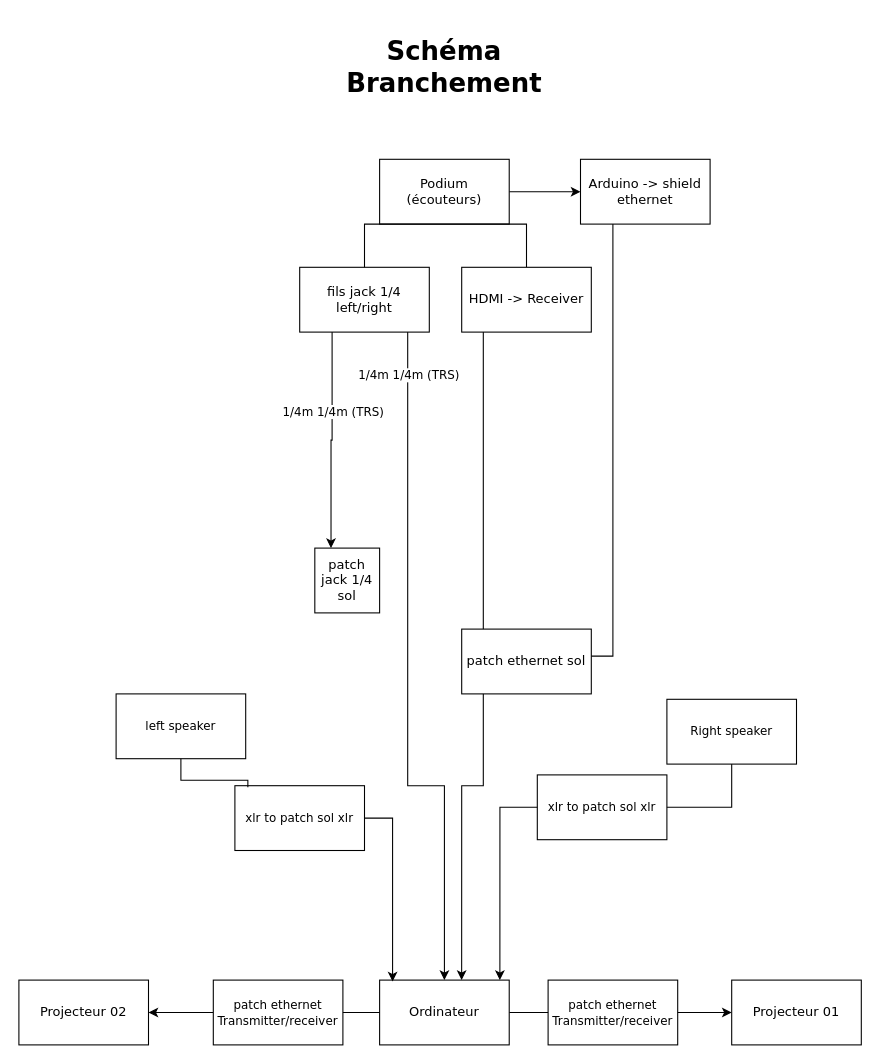
Earlier version of the draw.io diagram docs/preproduction/medias/plans/schemas-branchement.drawio (Orbital3/Jeu-Temporel). Source tidied: cells renumbered, new cells numbered last; positions are measured from the earlier drawing's top-left corner, leaving out a move shared by most shapes. Both pictures are drawn from the tidied source at 108%, with x=0, y=0 at pixel (18, 51).
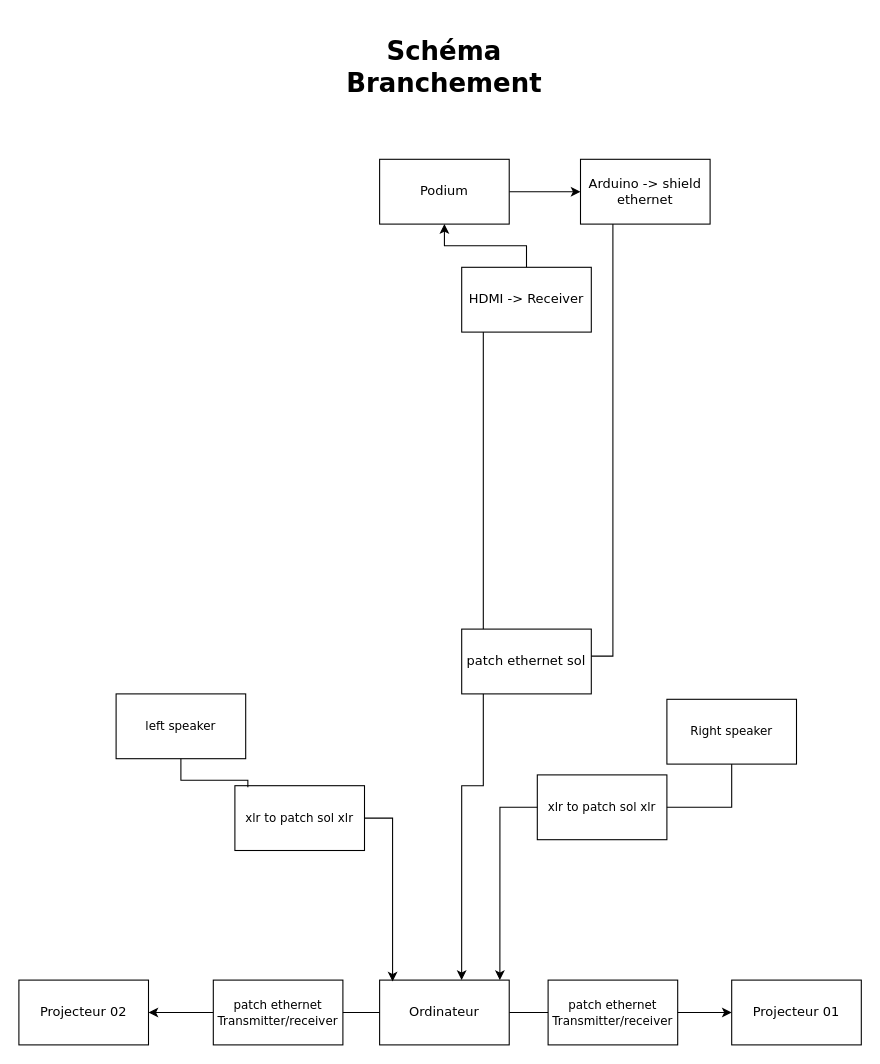
Above is the later version.

Commit message (it also covers changes not shown here):
update schemas branchement et preprod

The change refers to these unchanged cells:
```xml
<mxCell id="11" value="Ordinateur" style="rounded=0;whiteSpace=wrap;html=1;fontFamily=Verdana;" parent="1" vertex="1">
  <mxGeometry x="334" y="860" width="120" height="60" as="geometry" />
</mxCell>
<mxCell id="16" value="HDMI -&amp;gt; Receiver" style="rounded=0;whiteSpace=wrap;html=1;fontFamily=Verdana;" parent="1" vertex="1">
  <mxGeometry x="410" y="200" width="120" height="60" as="geometry" />
</mxCell>
```

The edit, as a diff of the source:
```diff
@@
-    <mxCell id="3" style="edgeStyle=orthogonalEdgeStyle;rounded=0;jettySize=auto;html=1;entryX=0.5;entryY=0;entryDx=0;entryDy=0;fontFamily=Verdana;startArrow=none;" parent="1" edge="1" source="14" target="11">
-      <mxGeometry relative="1" as="geometry">
-        <Array as="points">
-          <mxPoint x="360" y="680" />
-          <mxPoint x="394" y="680" />
-        </Array>
-      </mxGeometry>
-    </mxCell>
-    <mxCell id="4" style="edgeLabel;html=1;align=center;verticalAlign=middle;fontSize=11;fontFamily=Verdana;" parent="3" vertex="1">
-      <mxGeometry x="-0.9" relative="1" as="geometry" />
-    </mxCell>
-    <mxCell id="5" value="1/4m 1/4m (TRS)" style="edgeLabel;html=1;align=center;verticalAlign=middle;fontSize=11;fontFamily=Verdana;" parent="3" vertex="1">
-      <mxGeometry x="-0.9" relative="1" as="geometry">
-        <mxPoint y="7" as="offset" />
-      </mxGeometry>
-    </mxCell>
@@
-    <mxCell id="7" value="Podium&lt;br&gt;(écouteurs)" style="rounded=0;whiteSpace=wrap;html=1;fontFamily=Verdana;" parent="1" vertex="1">
+    <mxCell id="7" value="Podium" style="rounded=0;whiteSpace=wrap;html=1;fontFamily=Verdana;" parent="1" vertex="1">
       <mxGeometry x="334" y="100" width="120" height="60" as="geometry" />
     </mxCell>
@@
-    <mxCell id="12" style="edgeStyle=orthogonalEdgeStyle;rounded=0;jettySize=auto;html=1;exitX=0.25;exitY=1;exitDx=0;exitDy=0;entryX=0.25;entryY=0;entryDx=0;entryDy=0;fontFamily=Verdana;fontSize=11;" parent="1" edge="1" source="14" target="19">
-      <mxGeometry relative="1" as="geometry" />
-    </mxCell>
-    <mxCell id="13" value="1/4m 1/4m (TRS)" style="edgeLabel;html=1;align=center;verticalAlign=middle;fontSize=11;fontFamily=Verdana;" parent="12" vertex="1">
-      <mxGeometry x="-0.18" relative="1" as="geometry">
-        <mxPoint y="-9" as="offset" />
-      </mxGeometry>
-    </mxCell>
-    <mxCell id="14" value="fils jack 1/4&lt;br&gt;left/right" style="rounded=0;whiteSpace=wrap;html=1;fontFamily=Verdana;" parent="1" vertex="1">
-      <mxGeometry x="260" y="200" width="120" height="60" as="geometry" />
-    </mxCell>
-    <mxCell id="15" style="edgeStyle=orthogonalEdgeStyle;rounded=0;jettySize=auto;html=1;entryX=0.5;entryY=0;entryDx=0;entryDy=0;fontFamily=Verdana;endArrow=none;exitX=0.5;exitY=0;exitDx=0;exitDy=0;" parent="1" edge="1" source="16" target="14">
-      <mxGeometry relative="1" as="geometry">
-        <Array as="points">
-          <mxPoint x="470" y="160" />
-          <mxPoint x="320" y="160" />
-        </Array>
-      </mxGeometry>
-    </mxCell>
+    <mxCell id="33" style="edgeStyle=orthogonalEdgeStyle;rounded=0;jettySize=auto;html=1;entryX=0.5;entryY=1;entryDx=0;entryDy=0;" parent="1" edge="1" source="16" target="7">
+      <mxGeometry relative="1" as="geometry" />
+    </mxCell>
@@
-    <mxCell id="19" value="patch jack 1/4 sol" style="rounded=0;whiteSpace=wrap;html=1;fontFamily=Verdana;" parent="1" vertex="1">
-      <mxGeometry x="274" y="460" width="60" height="60" as="geometry" />
-    </mxCell>
```
